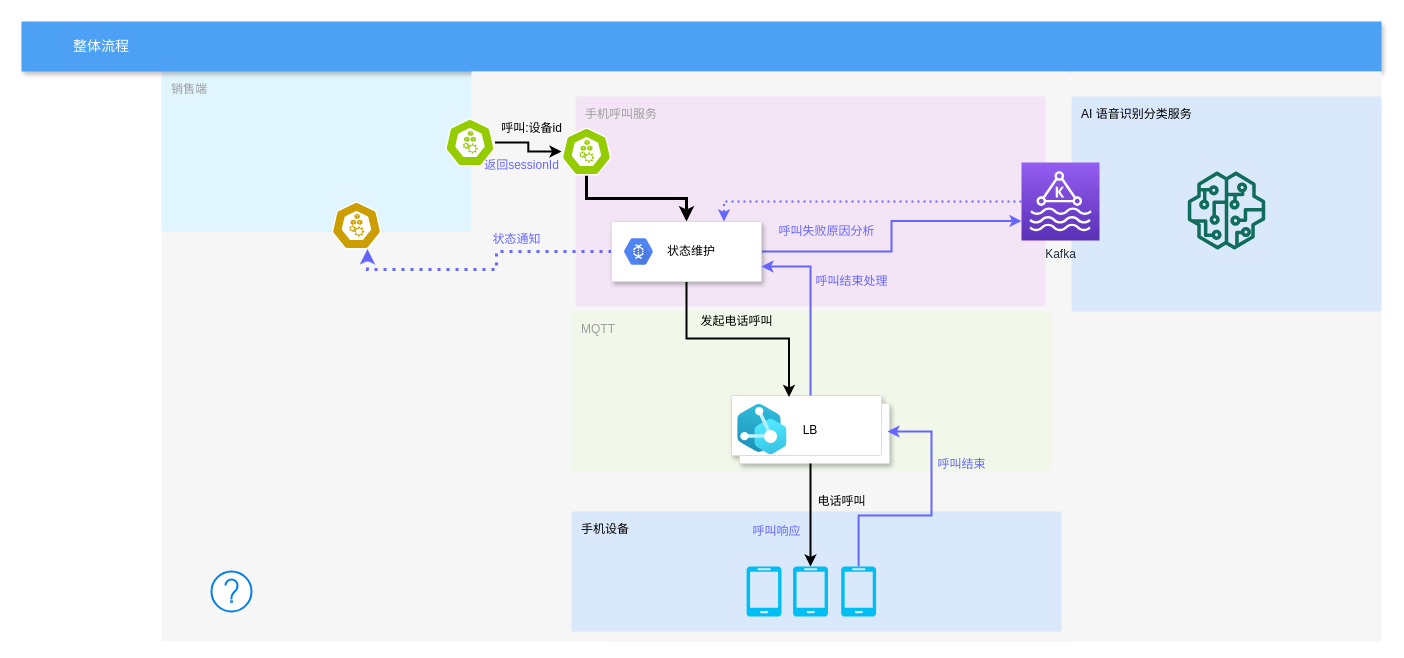
This is craft/Copy of task_magr1.drawio from feihu618/drawio, a draw.io file, before an edit. Source tidied: cells renumbered, new cells numbered last; positions are measured from the earlier drawing's top-left corner, leaving out a move shared by most shapes. Both pictures are drawn from the tidied source at 100%, with x=0, y=0 at pixel (21, 21).
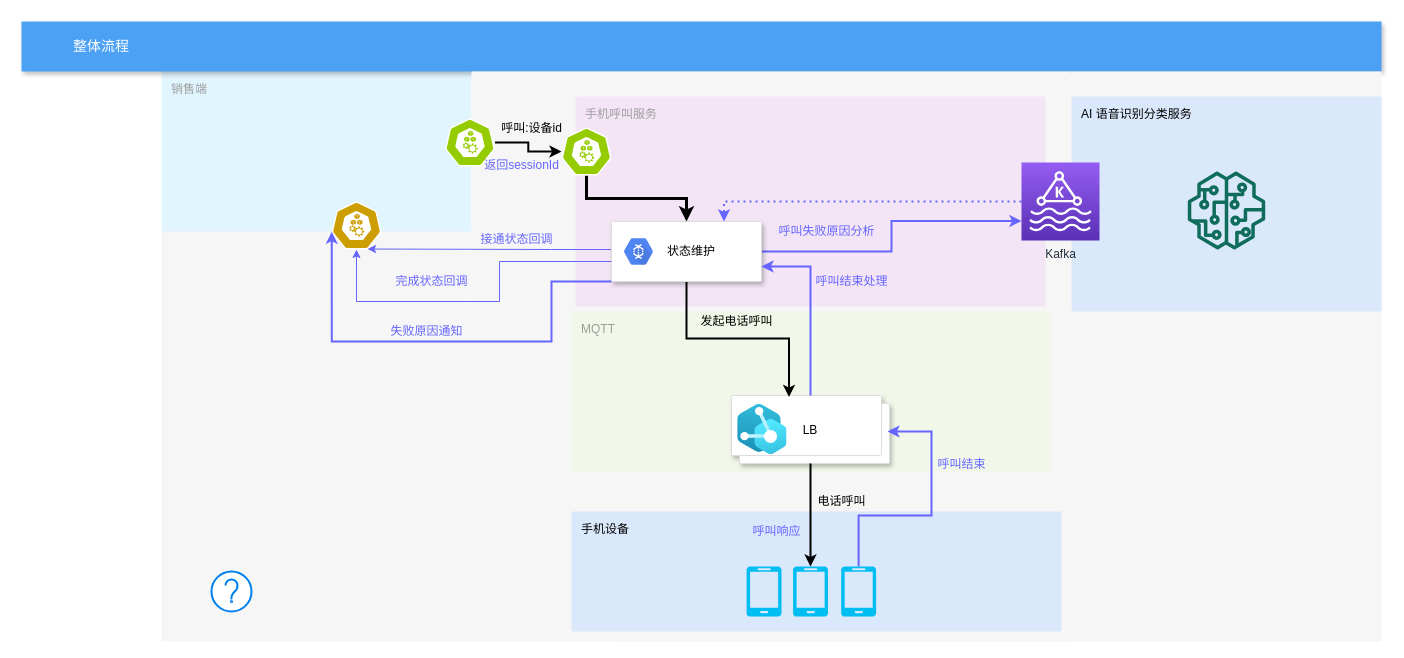
The same diagram, later.

The change refers to these unchanged cells:
```xml
<mxCell id="6" style="html=1;dashed=0;whitespace=wrap;fillColor=#cc9e01;strokeColor=#ffffff;points=[[0.005,0.63,0],[0.1,0.2,0],[0.9,0.2,0],[0.5,0,0],[0.995,0.63,0],[0.72,0.99,0],[0.5,1,0],[0.28,0.99,0]];shape=mxgraph.kubernetes.icon;prIcon=node;" parent="1" vertex="1">
  <mxGeometry x="310" y="180" width="50" height="48" as="geometry" />
</mxCell>
<mxCell id="24" style="strokeColor=#dddddd;shadow=1;strokeWidth=1;rounded=1;absoluteArcSize=1;arcSize=2;fontColor=#6666FF;" parent="1" vertex="1">
  <mxGeometry x="590" y="200" width="150" height="60" as="geometry" />
</mxCell>
```

The edit, as a diff of the source:
```diff
@@
-    <mxCell id="21" style="edgeStyle=orthogonalEdgeStyle;rounded=0;jettySize=auto;html=1;entryX=0.72;entryY=0.99;entryDx=0;entryDy=0;entryPerimeter=0;fontColor=#6666FF;dashed=1;strokeColor=#6666FF;strokeWidth=3;dashPattern=1 2;" parent="1" edge="1" source="24" target="6">
-      <mxGeometry relative="1" as="geometry" />
+    <mxCell id="21" style="edgeStyle=orthogonalEdgeStyle;rounded=0;jettySize=auto;html=1;entryX=0.72;entryY=0.99;entryDx=0;entryDy=0;entryPerimeter=0;fontColor=#6666FF;strokeColor=#6666FF;strokeWidth=1;" parent="1" edge="1" source="24" target="6">
+      <mxGeometry relative="1" as="geometry">
+        <Array as="points">
+          <mxPoint x="530" y="228" />
+          <mxPoint x="530" y="228" />
+        </Array>
+      </mxGeometry>
     </mxCell>
@@
-    <mxCell id="26" value="状态通知" style="text;html=1;align=center;verticalAlign=middle;fillColor=none;strokeColor=none;rounded=0;fontColor=#6666FF;" parent="1" vertex="1">
-      <mxGeometry x="465" y="208" width="60" height="20" as="geometry" />
+    <mxCell id="26" value="接通状态回调" style="text;html=1;align=center;verticalAlign=middle;fillColor=none;strokeColor=none;rounded=0;fontColor=#6666FF;" parent="1" vertex="1">
+      <mxGeometry x="450" y="208" width="90" height="20" as="geometry" />
     </mxCell>
@@
+    <mxCell id="44" style="edgeStyle=orthogonalEdgeStyle;rounded=0;jettySize=auto;html=1;entryX=0.5;entryY=1;entryDx=0;entryDy=0;entryPerimeter=0;fontColor=#6666FF;strokeColor=#6666FF;strokeWidth=1;" parent="1" edge="1" target="6">
+      <mxGeometry relative="1" as="geometry">
+        <mxPoint x="590" y="240" as="sourcePoint" />
+        <Array as="points">
+          <mxPoint x="478" y="240" />
+          <mxPoint x="478" y="280" />
+          <mxPoint x="335" y="280" />
+        </Array>
+      </mxGeometry>
+    </mxCell>
+    <mxCell id="45" style="edgeStyle=orthogonalEdgeStyle;rounded=0;jettySize=auto;html=1;entryX=0.005;entryY=0.63;entryDx=0;entryDy=0;entryPerimeter=0;fontColor=#6666FF;strokeColor=#6666FF;strokeWidth=2;" parent="1" edge="1" target="6">
+      <mxGeometry relative="1" as="geometry">
+        <mxPoint x="590" y="260" as="sourcePoint" />
+        <Array as="points">
+          <mxPoint x="530" y="260" />
+          <mxPoint x="530" y="320" />
+          <mxPoint x="310" y="320" />
+        </Array>
+      </mxGeometry>
+    </mxCell>
+    <mxCell id="46" value="完成状态回调" style="text;html=1;align=center;verticalAlign=middle;fillColor=none;strokeColor=none;rounded=0;fontColor=#6666FF;" parent="1" vertex="1">
+      <mxGeometry x="365" y="250" width="90" height="20" as="geometry" />
+    </mxCell>
+    <mxCell id="47" value="失败原因通知" style="text;html=1;align=center;verticalAlign=middle;fillColor=none;strokeColor=none;rounded=0;fontColor=#6666FF;" parent="1" vertex="1">
+      <mxGeometry x="360" y="300" width="90" height="20" as="geometry" />
+    </mxCell>
```
